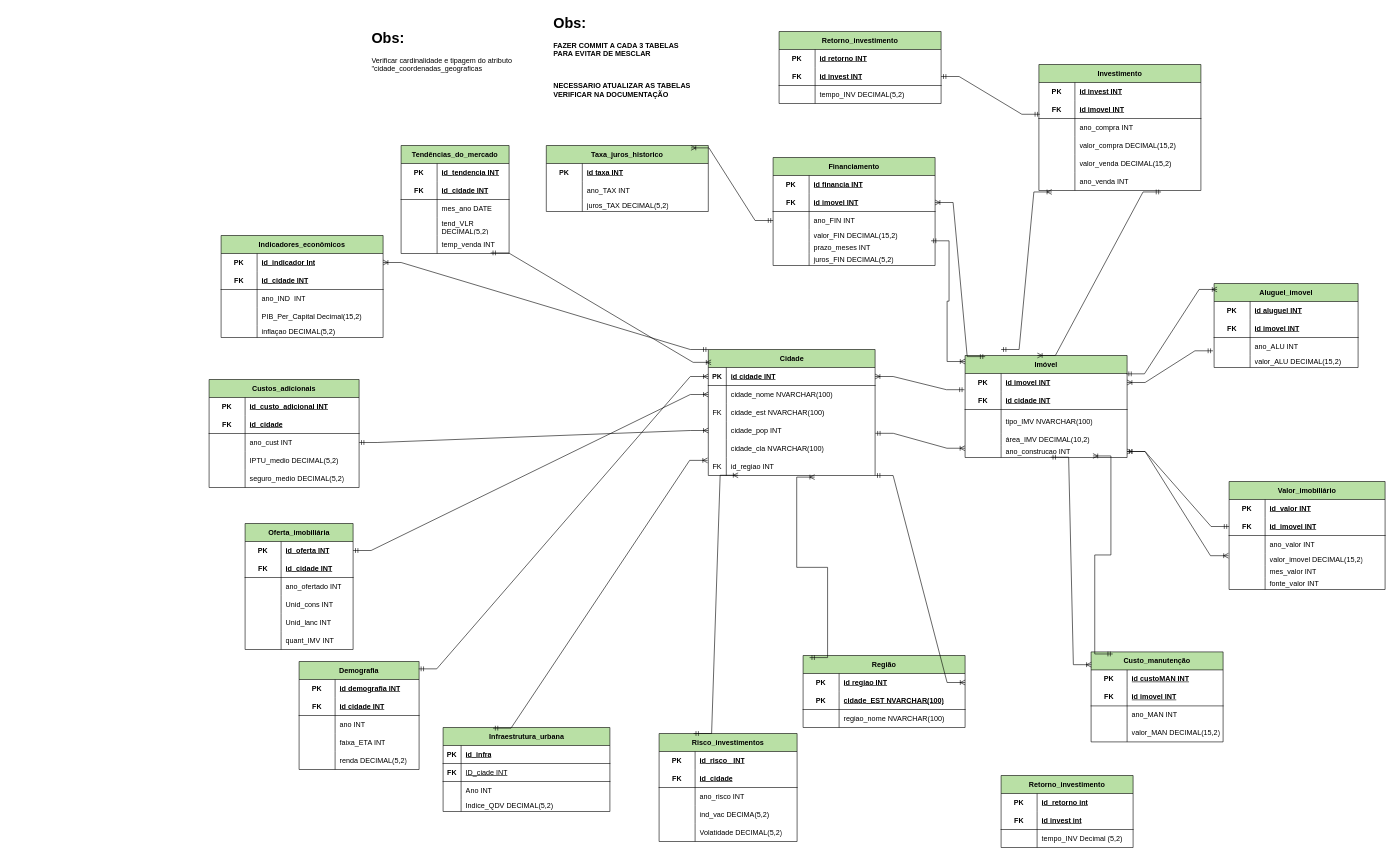
The draw.io diagram GroupBy.drawio in Guilherme22B/Group_by, before the edit. Source tidied: cells renumbered, new cells numbered last; positions are measured from the earlier drawing's top-left corner, leaving out a move shared by most shapes. Both pictures are drawn from the tidied source at 60%, with x=0, y=0 at pixel (209, 10).
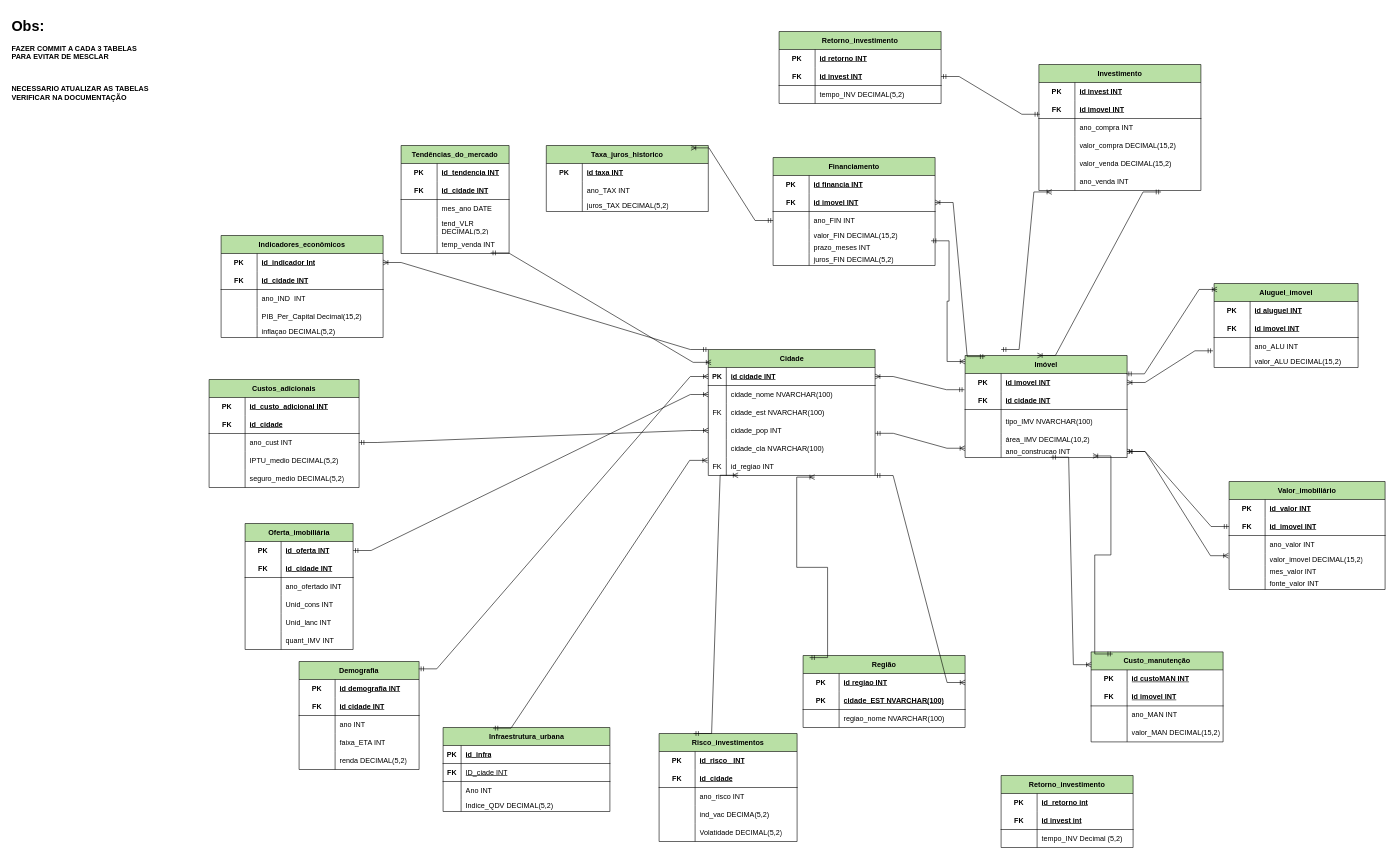
The same page after the edit.

What changed in the source:
```diff
@@
-    <mxCell id="152" value="&lt;h1 style=&quot;margin-top: 0px;&quot;&gt;Obs:&lt;/h1&gt;&lt;p&gt;Verificar cardinalidade e tipagem do atributo &quot;cidade_coordenadas_geograficas&lt;/p&gt;&lt;p&gt;&lt;br&gt;&lt;/p&gt;" style="text;html=1;whiteSpace=wrap;overflow=hidden;rounded=0;" parent="1" vertex="1">
-      <mxGeometry x="269" y="25" width="240" height="120" as="geometry" />
-    </mxCell>
@@
     <mxCell id="261" value="&lt;h1 style=&quot;margin-top: 0px;&quot;&gt;Obs:&lt;/h1&gt;&lt;p&gt;&lt;b&gt;FAZER COMMIT A CADA 3 TABELAS PARA&amp;nbsp;&lt;/b&gt;&lt;b style=&quot;background-color: transparent; color: light-dark(rgb(0, 0, 0), rgb(255, 255, 255));&quot;&gt;EVITAR DE MESCLAR&lt;/b&gt;&lt;/p&gt;&lt;p&gt;&lt;br&gt;&lt;/p&gt;&lt;p&gt;&lt;b&gt;NECESSARIO ATUALIZAR AS TABELAS VERIFICAR NA DOCUMENTAÇÃO&lt;/b&gt;&lt;/p&gt;" style="text;html=1;whiteSpace=wrap;overflow=hidden;rounded=0;" parent="1" vertex="1">
-      <mxGeometry x="572" width="278" height="170" as="geometry" />
+      <mxGeometry x="-331" y="5" width="278" height="170" as="geometry" />
     </mxCell>
```
